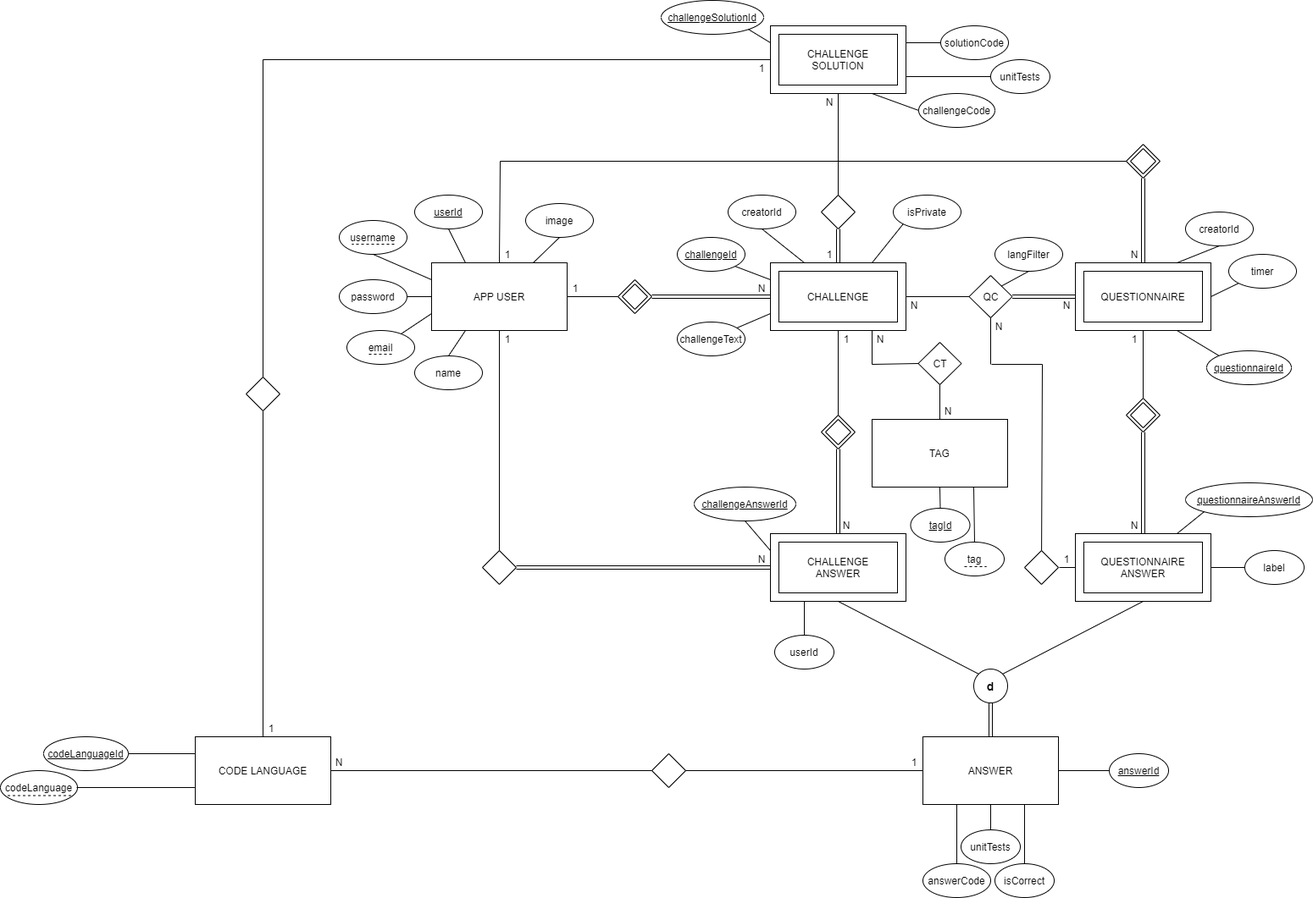
Before: Code/Postgres/Diagram.png, a diagram exported from draw.io (joaoesantos/ise_learning). Source tidied: cells renumbered, new cells last; positions are measured from the earlier drawing's top-left corner, leaving out a move shared by most shapes.
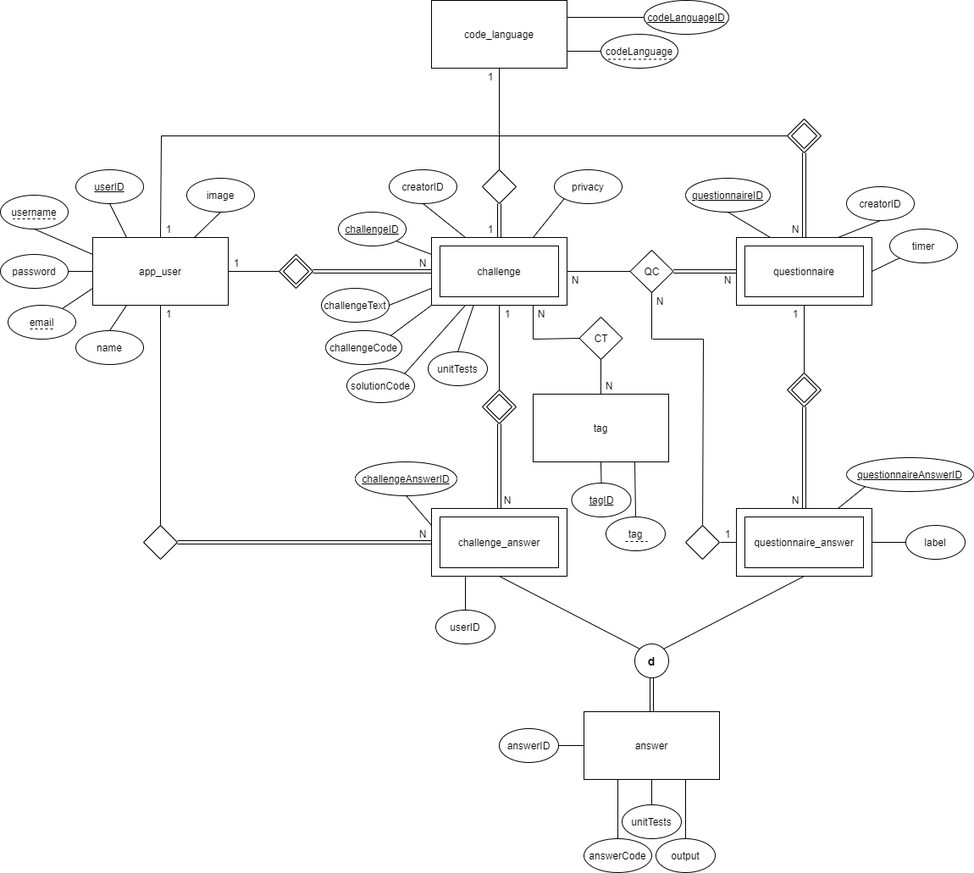
Later version of the same file.

What changed in the source:
```diff
@@ -4,3 +4,3 @@
     <mxCell id="1" parent="0" />
-    <mxCell id="2" style="rounded=0;whiteSpace=wrap;html=1;" parent="1" vertex="1">
+    <mxCell id="2" value="code_language" style="rounded=0;whiteSpace=wrap;html=1;" parent="1" vertex="1">
       <mxGeometry x="909" y="30" width="160" height="80" as="geometry" />
@@ -22,3 +22,3 @@
     </mxCell>
-    <mxCell id="8" value="CHALLENGE" style="rounded=0;whiteSpace=wrap;html=1;" parent="1" vertex="1">
+    <mxCell id="8" value="challenge" style="rounded=0;whiteSpace=wrap;html=1;" parent="1" vertex="1">
       <mxGeometry x="919" y="320" width="140" height="60" as="geometry" />
@@ -34,3 +34,3 @@
     </mxCell>
-    <mxCell id="12" value="QUESTIONNAIRE" style="rounded=0;whiteSpace=wrap;html=1;" parent="1" vertex="1">
+    <mxCell id="12" value="questionnaire" style="rounded=0;whiteSpace=wrap;html=1;" parent="1" vertex="1">
       <mxGeometry x="1279" y="320" width="140" height="60" as="geometry" />
@@ -40,2 +40,8 @@
     </mxCell>
+    <mxCell id="125" value="codeLanguage" style="ellipse;whiteSpace=wrap;html=1;" parent="1" vertex="1">
+      <mxGeometry x="1109" y="70" width="91" height="40" as="geometry" />
+    </mxCell>
+    <mxCell id="148" style="endArrow=none;html=1;entryX=0;entryY=0.5;entryDx=0;entryDy=0;exitX=1;exitY=0.75;exitDx=0;exitDy=0;" parent="1" edge="1" source="2" target="125">
+      <mxGeometry relative="1" as="geometry" />
+    </mxCell>
     <mxCell id="14" value="1" style="text;html=1;strokeColor=none;fillColor=none;align=center;verticalAlign=middle;whiteSpace=wrap;rounded=0;" parent="1" vertex="1">
@@ -46,3 +52,3 @@
     </mxCell>
-    <mxCell id="16" value="creatorId" style="ellipse;whiteSpace=wrap;html=1;" parent="1" vertex="1">
+    <mxCell id="16" value="creatorID" style="ellipse;whiteSpace=wrap;html=1;" parent="1" vertex="1">
       <mxGeometry x="859" y="230" width="80" height="40" as="geometry" />
@@ -52,3 +58,3 @@
     </mxCell>
-    <mxCell id="18" value="&lt;u&gt;challengeId&lt;/u&gt;" style="ellipse;whiteSpace=wrap;html=1;" parent="1" vertex="1">
+    <mxCell id="18" value="&lt;u&gt;challengeID&lt;/u&gt;" style="ellipse;whiteSpace=wrap;html=1;" parent="1" vertex="1">
       <mxGeometry x="799" y="280" width="80" height="40" as="geometry" />
@@ -59,5 +65,5 @@
     <mxCell id="20" value="challengeText" style="ellipse;whiteSpace=wrap;html=1;" parent="1" vertex="1">
-      <mxGeometry x="799" y="380" width="80" height="40" as="geometry" />
+      <mxGeometry x="779" y="370" width="80" height="40" as="geometry" />
     </mxCell>
-    <mxCell id="21" value="isPrivate" style="ellipse;whiteSpace=wrap;html=1;" parent="1" vertex="1">
+    <mxCell id="21" value="privacy" style="ellipse;whiteSpace=wrap;html=1;" parent="1" vertex="1">
       <mxGeometry x="1054" y="230" width="80" height="40" as="geometry" />
@@ -67,3 +73,3 @@
     </mxCell>
-    <mxCell id="23" style="endArrow=none;html=1;entryX=0;entryY=0.75;entryDx=0;entryDy=0;" parent="1" edge="1" source="20" target="3">
+    <mxCell id="23" style="endArrow=none;html=1;exitX=1;exitY=0.5;exitDx=0;exitDy=0;entryX=0;entryY=0.75;entryDx=0;entryDy=0;" parent="1" edge="1" source="20" target="3">
       <mxGeometry relative="1" as="geometry" />
@@ -91,6 +97,12 @@
     </mxCell>
+    <mxCell id="131" value="solutionCode" style="ellipse;whiteSpace=wrap;html=1;" parent="1" vertex="1">
+      <mxGeometry x="809" y="465" width="80" height="40" as="geometry" />
+    </mxCell>
-    <mxCell id="31" style="endArrow=none;html=1;exitX=0;exitY=0.5;exitDx=0;exitDy=0;entryX=1;entryY=0.75;entryDx=0;entryDy=0;" parent="1" edge="1" source="132" target="2">
+    <mxCell id="31" style="endArrow=none;html=1;exitX=0.25;exitY=1;exitDx=0;exitDy=0;entryX=1;entryY=0;entryDx=0;entryDy=0;" parent="1" edge="1" source="3" target="131">
       <mxGeometry relative="1" as="geometry" />
     </mxCell>
+    <mxCell id="132" value="unitTests" style="ellipse;whiteSpace=wrap;html=1;" parent="1" vertex="1">
+      <mxGeometry x="905" y="445" width="70" height="40" as="geometry" />
+    </mxCell>
-    <mxCell id="32" style="endArrow=none;html=1;exitX=0;exitY=0.5;exitDx=0;exitDy=0;entryX=1;entryY=0.25;entryDx=0;entryDy=0;" parent="1" edge="1" source="131" target="2">
+    <mxCell id="32" style="endArrow=none;html=1;exitX=0.309;exitY=1.01;exitDx=0;exitDy=0;entryX=0.5;entryY=0;entryDx=0;entryDy=0;exitPerimeter=0;" parent="1" edge="1" source="3" target="132">
       <mxGeometry relative="1" as="geometry" />
@@ -109,3 +121,3 @@
     </mxCell>
-    <mxCell id="37" value="creatorId" style="ellipse;whiteSpace=wrap;html=1;" parent="1" vertex="1">
+    <mxCell id="37" value="creatorID" style="ellipse;whiteSpace=wrap;html=1;" parent="1" vertex="1">
       <mxGeometry x="1399" y="250" width="80" height="40" as="geometry" />
@@ -115,3 +127,3 @@
     </mxCell>
-    <mxCell id="39" style="endArrow=none;html=1;entryX=0.75;entryY=1;entryDx=0;entryDy=0;exitX=0;exitY=0;exitDx=0;exitDy=0;" parent="1" edge="1" source="51" target="6">
+    <mxCell id="39" style="endArrow=none;html=1;exitX=0.25;exitY=0;exitDx=0;exitDy=0;entryX=0.5;entryY=1;entryDx=0;entryDy=0;" parent="1" edge="1" source="6" target="51">
       <mxGeometry relative="1" as="geometry" />
@@ -121,3 +133,3 @@
     </mxCell>
-    <mxCell id="41" value="QUESTIONNAIRE&lt;br&gt;ANSWER" style="rounded=0;whiteSpace=wrap;html=1;" parent="1" vertex="1">
+    <mxCell id="41" value="questionnaire_answer" style="rounded=0;whiteSpace=wrap;html=1;" parent="1" vertex="1">
       <mxGeometry x="1279" y="640" width="140" height="60" as="geometry" />
@@ -133,3 +145,3 @@
     </mxCell>
-    <mxCell id="45" value="&lt;u&gt;challengeAnswerId&lt;/u&gt;" style="ellipse;whiteSpace=wrap;html=1;" parent="1" vertex="1">
+    <mxCell id="45" value="&lt;u&gt;challengeAnswerID&lt;/u&gt;" style="ellipse;whiteSpace=wrap;html=1;" parent="1" vertex="1">
       <mxGeometry x="819" y="575" width="120" height="40" as="geometry" />
@@ -139,3 +151,3 @@
     </mxCell>
-    <mxCell id="47" value="userId" style="ellipse;whiteSpace=wrap;html=1;" parent="1" vertex="1">
+    <mxCell id="47" value="userID" style="ellipse;whiteSpace=wrap;html=1;" parent="1" vertex="1">
       <mxGeometry x="914" y="750" width="70" height="40" as="geometry" />
@@ -145,3 +157,3 @@
     </mxCell>
-    <mxCell id="49" value="&lt;u&gt;questionnaireAnswerId&lt;/u&gt;" style="ellipse;whiteSpace=wrap;html=1;" parent="1" vertex="1">
+    <mxCell id="49" value="&lt;u&gt;questionnaireAnswerID&lt;/u&gt;" style="ellipse;whiteSpace=wrap;html=1;" parent="1" vertex="1">
       <mxGeometry x="1399" y="570" width="150" height="40" as="geometry" />
@@ -151,4 +163,10 @@
     </mxCell>
+    <mxCell id="149" value="&lt;u&gt;codeLanguageID&lt;/u&gt;" style="ellipse;whiteSpace=wrap;html=1;" parent="1" vertex="1">
+      <mxGeometry x="1160" y="30" width="100" height="40" as="geometry" />
+    </mxCell>
+    <mxCell id="150" style="endArrow=none;html=1;entryX=0;entryY=0.5;entryDx=0;entryDy=0;exitX=1;exitY=0.25;exitDx=0;exitDy=0;" parent="1" edge="1" source="2" target="149">
+      <mxGeometry relative="1" as="geometry" />
+    </mxCell>
-    <mxCell id="51" value="&lt;u&gt;questionnaireId&lt;/u&gt;" style="ellipse;whiteSpace=wrap;html=1;" parent="1" vertex="1">
-      <mxGeometry x="1424" y="414" width="100" height="40" as="geometry" />
+    <mxCell id="51" value="&lt;u&gt;questionnaireID&lt;/u&gt;" style="ellipse;whiteSpace=wrap;html=1;" parent="1" vertex="1">
+      <mxGeometry x="1209" y="240" width="100" height="40" as="geometry" />
     </mxCell>
@@ -172,3 +190,3 @@
     </mxCell>
-    <mxCell id="58" value="APP USER" style="rounded=0;whiteSpace=wrap;html=1;" parent="1" vertex="1">
+    <mxCell id="58" value="app_user" style="rounded=0;whiteSpace=wrap;html=1;" parent="1" vertex="1">
       <mxGeometry x="509" y="310" width="160" height="80" as="geometry" />
@@ -178,3 +196,3 @@
     </mxCell>
-    <mxCell id="60" value="&lt;u&gt;userId&lt;/u&gt;" style="ellipse;whiteSpace=wrap;html=1;" parent="1" vertex="1">
+    <mxCell id="60" value="&lt;u&gt;userID&lt;/u&gt;" style="ellipse;whiteSpace=wrap;html=1;" parent="1" vertex="1">
       <mxGeometry x="489" y="230" width="80" height="40" as="geometry" />
@@ -206,3 +224,3 @@
     </mxCell>
-    <mxCell id="68" value="TAG" style="rounded=0;whiteSpace=wrap;html=1;" parent="1" vertex="1">
+    <mxCell id="68" value="tag" style="rounded=0;whiteSpace=wrap;html=1;" parent="1" vertex="1">
       <mxGeometry x="1029" y="495" width="160" height="80" as="geometry" />
@@ -215,3 +233,3 @@
     </mxCell>
-    <mxCell id="71" value="&lt;u&gt;tagId&lt;/u&gt;" style="ellipse;whiteSpace=wrap;html=1;" parent="1" vertex="1">
+    <mxCell id="71" value="&lt;u&gt;tagID&lt;/u&gt;" style="ellipse;whiteSpace=wrap;html=1;" parent="1" vertex="1">
       <mxGeometry x="1074.5" y="600" width="70" height="40" as="geometry" />
@@ -236,3 +254,3 @@
     </mxCell>
-    <mxCell id="78" value="N" style="text;html=1;strokeColor=none;fillColor=none;align=center;verticalAlign=middle;whiteSpace=wrap;rounded=0;" parent="1" vertex="1">
+    <mxCell id="78" value="1" style="text;html=1;strokeColor=none;fillColor=none;align=center;verticalAlign=middle;whiteSpace=wrap;rounded=0;" parent="1" vertex="1">
       <mxGeometry x="969" y="110" width="20" height="20" as="geometry" />
@@ -316,7 +334,13 @@
     <mxCell id="101" value="challengeCode" style="ellipse;whiteSpace=wrap;html=1;" parent="1" vertex="1">
-      <mxGeometry x="1084" y="110" width="90" height="40" as="geometry" />
+      <mxGeometry x="784" y="420" width="90" height="40" as="geometry" />
     </mxCell>
-    <mxCell id="102" style="endArrow=none;html=1;entryX=0.75;entryY=1;entryDx=0;entryDy=0;exitX=0;exitY=0.5;exitDx=0;exitDy=0;" parent="1" edge="1" source="101" target="2">
+    <mxCell id="102" style="endArrow=none;html=1;entryX=0;entryY=1;entryDx=0;entryDy=0;exitX=1;exitY=0;exitDx=0;exitDy=0;" parent="1" edge="1" source="101" target="3">
       <mxGeometry relative="1" as="geometry" />
     </mxCell>
+    <mxCell id="151" style="endArrow=none;dashed=1;html=1;" parent="1" edge="1">
+      <mxGeometry relative="1" as="geometry">
+        <mxPoint x="1192.5" y="99.5" as="sourcePoint" />
+        <mxPoint x="1116.5" y="99.5" as="targetPoint" />
+      </mxGeometry>
+    </mxCell>
     <mxCell id="103" style="endArrow=none;dashed=1;html=1;" parent="1" edge="1">
@@ -333,3 +357,3 @@
     </mxCell>
-    <mxCell id="106" value="isCorrect" style="ellipse;whiteSpace=wrap;html=1;" parent="1" vertex="1">
+    <mxCell id="106" value="output" style="ellipse;whiteSpace=wrap;html=1;" parent="1" vertex="1">
       <mxGeometry x="1174" y="1020" width="70" height="40" as="geometry" />
@@ -339,3 +363,3 @@
     </mxCell>
-    <mxCell id="108" value="ANSWER" style="rounded=0;whiteSpace=wrap;html=1;" parent="1" vertex="1">
+    <mxCell id="108" value="answer" style="rounded=0;whiteSpace=wrap;html=1;" parent="1" vertex="1">
       <mxGeometry x="1089" y="870" width="160" height="80" as="geometry" />
@@ -351,3 +375,3 @@
     </mxCell>
-    <mxCell id="112" value="CHALLENGE&lt;br&gt;ANSWER" style="rounded=0;whiteSpace=wrap;html=1;" parent="1" vertex="1">
+    <mxCell id="112" value="challenge_answer" style="rounded=0;whiteSpace=wrap;html=1;" parent="1" vertex="1">
       <mxGeometry x="919" y="640" width="140" height="60" as="geometry" />
@@ -357,6 +381,6 @@
     </mxCell>
-    <mxCell id="114" value="&lt;u&gt;answerId&lt;/u&gt;" style="ellipse;whiteSpace=wrap;html=1;" parent="1" vertex="1">
-      <mxGeometry x="1309" y="890" width="70" height="40" as="geometry" />
+    <mxCell id="114" value="answerID" style="ellipse;whiteSpace=wrap;html=1;" parent="1" vertex="1">
+      <mxGeometry x="989" y="890" width="70" height="40" as="geometry" />
     </mxCell>
-    <mxCell id="115" style="endArrow=none;html=1;entryX=1;entryY=0.5;entryDx=0;entryDy=0;exitX=0;exitY=0.5;exitDx=0;exitDy=0;" parent="1" edge="1" source="114" target="108">
+    <mxCell id="115" style="endArrow=none;html=1;entryX=0;entryY=0.5;entryDx=0;entryDy=0;exitX=1;exitY=0.5;exitDx=0;exitDy=0;" parent="1" edge="1" source="114" target="108">
       <mxGeometry relative="1" as="geometry" />
@@ -396,81 +420,2 @@
     </mxCell>
-    <mxCell id="124" value="CODE LANGUAGE" style="rounded=0;whiteSpace=wrap;html=1;" parent="1" vertex="1">
-      <mxGeometry x="230" y="870" width="160" height="80" as="geometry" />
-    </mxCell>
-    <mxCell id="125" value="codeLanguage" style="ellipse;whiteSpace=wrap;html=1;" parent="1" vertex="1">
-      <mxGeometry y="910" width="91" height="40" as="geometry" />
-    </mxCell>
-    <mxCell id="126" style="endArrow=none;html=1;exitX=0;exitY=0.75;exitDx=0;exitDy=0;entryX=0.989;entryY=0.5;entryDx=0;entryDy=0;entryPerimeter=0;" parent="1" edge="1" source="124" target="125">
-      <mxGeometry relative="1" as="geometry" />
-    </mxCell>
-    <mxCell id="127" value="&lt;u&gt;codeLanguageId&lt;/u&gt;" style="ellipse;whiteSpace=wrap;html=1;" parent="1" vertex="1">
-      <mxGeometry x="51" y="870" width="100" height="40" as="geometry" />
-    </mxCell>
-    <mxCell id="128" style="endArrow=none;html=1;exitX=0;exitY=0.25;exitDx=0;exitDy=0;entryX=1;entryY=0.5;entryDx=0;entryDy=0;" parent="1" edge="1" source="124" target="127">
-      <mxGeometry relative="1" as="geometry" />
-    </mxCell>
-    <mxCell id="129" style="endArrow=none;dashed=1;html=1;" parent="1" edge="1">
-      <mxGeometry relative="1" as="geometry">
-        <mxPoint x="83.5" y="939.5" as="sourcePoint" />
-        <mxPoint x="7.5" y="939.5" as="targetPoint" />
-      </mxGeometry>
-    </mxCell>
-    <mxCell id="130" value="CHALLENGE&lt;br&gt;SOLUTION" style="rounded=0;whiteSpace=wrap;html=1;" parent="1" vertex="1">
-      <mxGeometry x="919" y="40" width="140" height="60" as="geometry" />
-    </mxCell>
-    <mxCell id="131" value="solutionCode" style="ellipse;whiteSpace=wrap;html=1;" parent="1" vertex="1">
-      <mxGeometry x="1110" y="30" width="80" height="40" as="geometry" />
-    </mxCell>
-    <mxCell id="132" value="unitTests" style="ellipse;whiteSpace=wrap;html=1;" parent="1" vertex="1">
-      <mxGeometry x="1169" y="70" width="70" height="40" as="geometry" />
-    </mxCell>
-    <mxCell id="133" style="endArrow=none;html=1;exitX=0.5;exitY=0;exitDx=0;exitDy=0;entryX=0.5;entryY=1;entryDx=0;entryDy=0;" parent="1" edge="1" source="124" target="134">
-      <mxGeometry relative="1" as="geometry" />
-    </mxCell>
-    <mxCell id="134" style="rhombus;whiteSpace=wrap;html=1;" parent="1" vertex="1">
-      <mxGeometry x="290" y="445" width="40" height="40" as="geometry" />
-    </mxCell>
-    <mxCell id="135" style="endArrow=none;html=1;entryX=0.5;entryY=0;entryDx=0;entryDy=0;" parent="1" edge="1" target="134">
-      <mxGeometry relative="1" as="geometry">
-        <mxPoint x="310" y="70" as="sourcePoint" />
-      </mxGeometry>
-    </mxCell>
-    <mxCell id="136" style="endArrow=none;html=1;exitX=0;exitY=0.5;exitDx=0;exitDy=0;" parent="1" edge="1" source="2">
-      <mxGeometry relative="1" as="geometry">
-        <mxPoint x="310" y="70" as="targetPoint" />
-      </mxGeometry>
-    </mxCell>
-    <mxCell id="137" style="rhombus;whiteSpace=wrap;html=1;" parent="1" vertex="1">
-      <mxGeometry x="769" y="890" width="40" height="40" as="geometry" />
-    </mxCell>
-    <mxCell id="138" style="endArrow=none;html=1;entryX=0;entryY=0.5;entryDx=0;entryDy=0;exitX=1;exitY=0.5;exitDx=0;exitDy=0;" parent="1" edge="1" source="124" target="137">
-      <mxGeometry relative="1" as="geometry" />
-    </mxCell>
-    <mxCell id="139" style="endArrow=none;html=1;entryX=0;entryY=0.5;entryDx=0;entryDy=0;exitX=1;exitY=0.5;exitDx=0;exitDy=0;" parent="1" edge="1" source="137" target="108">
-      <mxGeometry relative="1" as="geometry" />
-    </mxCell>
-    <mxCell id="140" value="N" style="text;html=1;strokeColor=none;fillColor=none;align=center;verticalAlign=middle;whiteSpace=wrap;rounded=0;" parent="1" vertex="1">
-      <mxGeometry x="390" y="890" width="20" height="20" as="geometry" />
-    </mxCell>
-    <mxCell id="141" value="1" style="text;html=1;strokeColor=none;fillColor=none;align=center;verticalAlign=middle;whiteSpace=wrap;rounded=0;" parent="1" vertex="1">
-      <mxGeometry x="1069" y="890" width="20" height="20" as="geometry" />
-    </mxCell>
-    <mxCell id="142" value="1" style="text;html=1;strokeColor=none;fillColor=none;align=center;verticalAlign=middle;whiteSpace=wrap;rounded=0;" parent="1" vertex="1">
-      <mxGeometry x="310" y="850" width="20" height="20" as="geometry" />
-    </mxCell>
-    <mxCell id="143" value="1" style="text;html=1;strokeColor=none;fillColor=none;align=center;verticalAlign=middle;whiteSpace=wrap;rounded=0;" parent="1" vertex="1">
-      <mxGeometry x="889" y="70" width="20" height="20" as="geometry" />
-    </mxCell>
-    <mxCell id="144" value="langFilter" style="ellipse;whiteSpace=wrap;html=1;" parent="1" vertex="1">
-      <mxGeometry x="1174" y="280" width="80" height="40" as="geometry" />
-    </mxCell>
-    <mxCell id="145" style="endArrow=none;html=1;entryX=0.5;entryY=1;entryDx=0;entryDy=0;exitX=1;exitY=0;exitDx=0;exitDy=0;" parent="1" edge="1" source="7" target="144">
-      <mxGeometry relative="1" as="geometry" />
-    </mxCell>
-    <mxCell id="146" value="&lt;u&gt;challengeSolutionId&lt;/u&gt;" style="ellipse;whiteSpace=wrap;html=1;" parent="1" vertex="1">
-      <mxGeometry x="780" width="121" height="40" as="geometry" />
-    </mxCell>
-    <mxCell id="147" style="endArrow=none;html=1;entryX=1;entryY=1;entryDx=0;entryDy=0;exitX=0;exitY=0.25;exitDx=0;exitDy=0;" parent="1" edge="1" source="2" target="146">
-      <mxGeometry relative="1" as="geometry" />
-    </mxCell>
   </root>
```
